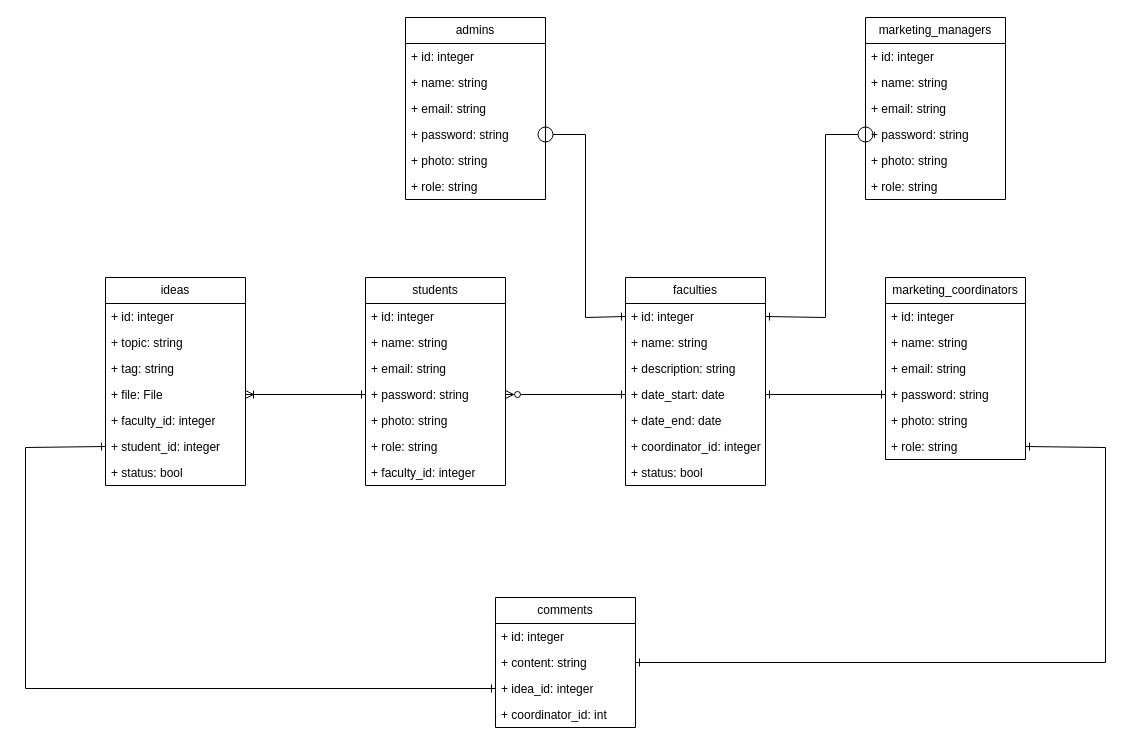
This is Database System Design diagram/Database diagram.drawio from HungBuii/creative_ideas_project_1, a draw.io file, before an edit. Source tidied: cells renumbered, new cells numbered last; positions are measured from the earlier drawing's top-left corner, leaving out a move shared by most shapes. Both pictures are drawn from the tidied source at 100%, with x=0, y=0 at pixel (25, 17).
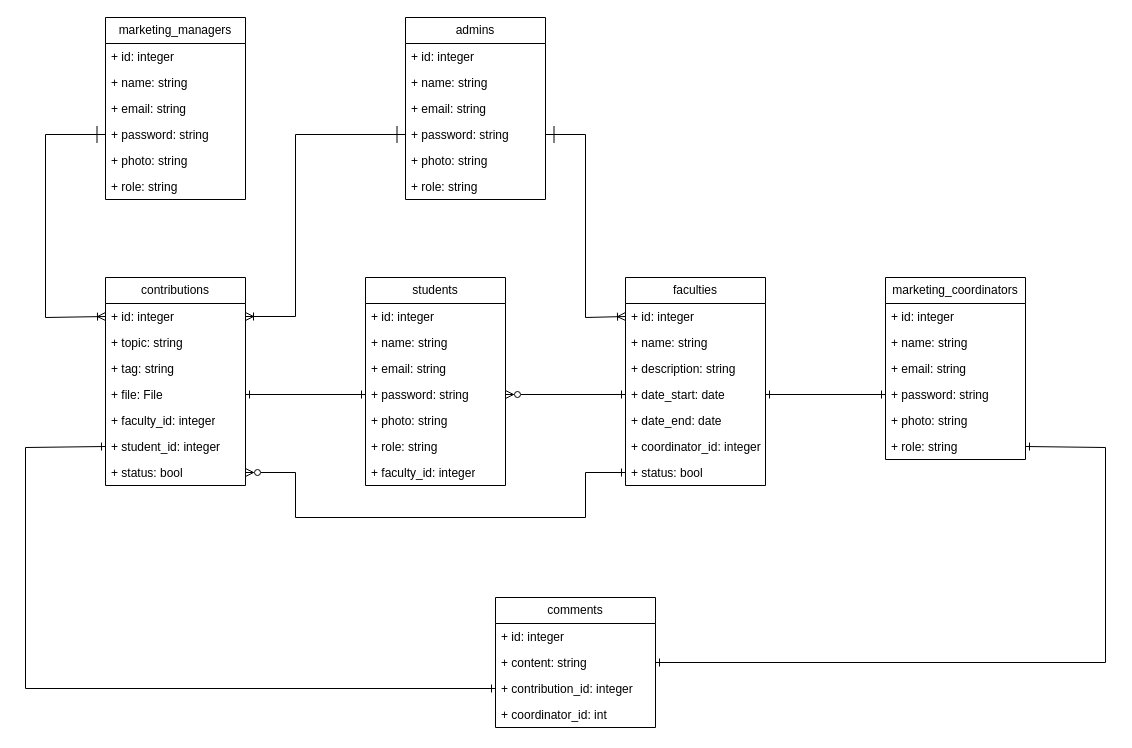
After the change.

Unchanged cells that the change refers to:
```xml
<mxCell id="6" value="+ password: string" style="text;strokeColor=none;fillColor=none;align=left;verticalAlign=top;spacingLeft=4;spacingRight=4;overflow=hidden;points=[[0,0.5],[1,0.5]];portConstraint=eastwest;whiteSpace=wrap;html=1;" parent="2" vertex="1">
  <mxGeometry y="104" width="140" height="26" as="geometry" />
</mxCell>
<mxCell id="11" value="+ id: integer" style="text;strokeColor=none;fillColor=none;align=left;verticalAlign=top;spacingLeft=4;spacingRight=4;overflow=hidden;points=[[0,0.5],[1,0.5]];portConstraint=eastwest;whiteSpace=wrap;html=1;" parent="10" vertex="1">
  <mxGeometry y="26" width="140" height="26" as="geometry" />
</mxCell>
<mxCell id="17" value="+ status: bool" style="text;strokeColor=none;fillColor=none;align=left;verticalAlign=top;spacingLeft=4;spacingRight=4;overflow=hidden;points=[[0,0.5],[1,0.5]];portConstraint=eastwest;whiteSpace=wrap;html=1;" parent="10" vertex="1">
  <mxGeometry y="182" width="140" height="26" as="geometry" />
</mxCell>
<mxCell id="24" value="+ id: integer" style="text;strokeColor=none;fillColor=none;align=left;verticalAlign=top;spacingLeft=4;spacingRight=4;overflow=hidden;points=[[0,0.5],[1,0.5]];portConstraint=eastwest;whiteSpace=wrap;html=1;" parent="23" vertex="1">
  <mxGeometry y="26" width="140" height="26" as="geometry" />
</mxCell>
<mxCell id="27" value="+ file: File" style="text;strokeColor=none;fillColor=none;align=left;verticalAlign=top;spacingLeft=4;spacingRight=4;overflow=hidden;points=[[0,0.5],[1,0.5]];portConstraint=eastwest;whiteSpace=wrap;html=1;" parent="23" vertex="1">
  <mxGeometry y="104" width="140" height="26" as="geometry" />
</mxCell>
<mxCell id="30" value="+ status: bool" style="text;strokeColor=none;fillColor=none;align=left;verticalAlign=top;spacingLeft=4;spacingRight=4;overflow=hidden;points=[[0,0.5],[1,0.5]];portConstraint=eastwest;whiteSpace=wrap;html=1;" parent="23" vertex="1">
  <mxGeometry y="182" width="140" height="26" as="geometry" />
</mxCell>
<mxCell id="35" value="+ password: string" style="text;strokeColor=none;fillColor=none;align=left;verticalAlign=top;spacingLeft=4;spacingRight=4;overflow=hidden;points=[[0,0.5],[1,0.5]];portConstraint=eastwest;whiteSpace=wrap;html=1;" parent="31" vertex="1">
  <mxGeometry y="104" width="140" height="26" as="geometry" />
</mxCell>
<mxCell id="49" value="+ password: string" style="text;strokeColor=none;fillColor=none;align=left;verticalAlign=top;spacingLeft=4;spacingRight=4;overflow=hidden;points=[[0,0.5],[1,0.5]];portConstraint=eastwest;whiteSpace=wrap;html=1;" parent="45" vertex="1">
  <mxGeometry y="104" width="140" height="26" as="geometry" />
</mxCell>
```

Change to the diagram source:
```diff
@@
     <mxCell id="18" value="comments" style="swimlane;fontStyle=0;horizontal=1;startSize=26;fillColor=none;whiteSpace=wrap;html=1;" parent="1" vertex="1">
-      <mxGeometry x="470" y="580" width="140" height="130" as="geometry" />
+      <mxGeometry x="470" y="580" width="160" height="130" as="geometry" />
     </mxCell>
     <mxCell id="19" value="+ id: integer" style="text;strokeColor=none;fillColor=none;align=left;verticalAlign=top;spacingLeft=4;spacingRight=4;overflow=hidden;whiteSpace=wrap;html=1;" parent="18" vertex="1">
-      <mxGeometry y="26" width="140" height="26" as="geometry" />
+      <mxGeometry y="26" width="160" height="26" as="geometry" />
     </mxCell>
     <mxCell id="20" value="+ content: string" style="text;strokeColor=none;fillColor=none;align=left;verticalAlign=top;spacingLeft=4;spacingRight=4;overflow=hidden;points=[[0,0.5],[1,0.5]];portConstraint=eastwest;whiteSpace=wrap;html=1;" parent="18" vertex="1">
-      <mxGeometry y="52" width="140" height="26" as="geometry" />
+      <mxGeometry y="52" width="160" height="26" as="geometry" />
     </mxCell>
-    <mxCell id="21" value="+ idea_id: integer" style="text;strokeColor=none;fillColor=none;align=left;verticalAlign=top;spacingLeft=4;spacingRight=4;overflow=hidden;points=[[0,0.5],[1,0.5]];portConstraint=eastwest;whiteSpace=wrap;html=1;" parent="18" vertex="1">
-      <mxGeometry y="78" width="140" height="26" as="geometry" />
+    <mxCell id="21" value="+ contribution_id: integer" style="text;strokeColor=none;fillColor=none;align=left;verticalAlign=top;spacingLeft=4;spacingRight=4;overflow=hidden;points=[[0,0.5],[1,0.5]];portConstraint=eastwest;whiteSpace=wrap;html=1;" parent="18" vertex="1">
+      <mxGeometry y="78" width="160" height="26" as="geometry" />
     </mxCell>
     <mxCell id="22" value="+ coordinator_id: int" style="text;strokeColor=none;fillColor=none;align=left;verticalAlign=top;spacingLeft=4;spacingRight=4;overflow=hidden;whiteSpace=wrap;html=1;" parent="18" vertex="1">
-      <mxGeometry y="104" width="140" height="26" as="geometry" />
+      <mxGeometry y="104" width="160" height="26" as="geometry" />
     </mxCell>
-    <mxCell id="23" value="ideas" style="swimlane;fontStyle=0;horizontal=1;startSize=26;fillColor=none;whiteSpace=wrap;html=1;" parent="1" vertex="1">
+    <mxCell id="23" value="contributions" style="swimlane;fontStyle=0;horizontal=1;startSize=26;fillColor=none;whiteSpace=wrap;html=1;" parent="1" vertex="1">
       <mxGeometry x="80" y="260" width="140" height="208" as="geometry" />
     </mxCell>
@@
     <mxCell id="31" value="marketing_managers" style="swimlane;fontStyle=0;horizontal=1;startSize=26;fillColor=none;whiteSpace=wrap;html=1;" parent="1" vertex="1">
-      <mxGeometry x="840" width="140" height="182" as="geometry" />
+      <mxGeometry x="80" width="140" height="182" as="geometry" />
     </mxCell>
@@
-    <mxCell id="52" style="endArrow=ERone;html=1;rounded=0;exitX=1;exitY=0.5;exitDx=0;exitDy=0;entryX=0;entryY=0.5;entryDx=0;entryDy=0;endFill=0;startArrow=ERoneToMany;startFill=0;" parent="1" edge="1" source="27" target="6">
+    <mxCell id="52" style="endArrow=ERone;html=1;rounded=0;exitX=1;exitY=0.5;exitDx=0;exitDy=0;entryX=0;entryY=0.5;entryDx=0;entryDy=0;endFill=0;startArrow=ERone;startFill=0;" parent="1" edge="1" source="27" target="6">
       <mxGeometry relative="1" as="geometry" />
     </mxCell>
@@
-    <mxCell id="57" style="endArrow=ERone;html=1;rounded=0;exitX=1;exitY=0.5;exitDx=0;exitDy=0;entryX=0;entryY=0.5;entryDx=0;entryDy=0;endFill=0;startArrow=oval;startFill=0;startSize=15;" parent="1" edge="1" source="49" target="11">
+    <mxCell id="57" style="endArrow=ERoneToMany;html=1;rounded=0;exitX=1;exitY=0.5;exitDx=0;exitDy=0;entryX=0;entryY=0.5;entryDx=0;entryDy=0;endFill=0;startArrow=ERone;startFill=0;startSize=15;" parent="1" edge="1" source="49" target="11">
       <mxGeometry relative="1" as="geometry">
         <Array as="points">
           <mxPoint x="560" y="117" />
           <mxPoint x="560" y="300" />
         </Array>
       </mxGeometry>
     </mxCell>
-    <mxCell id="58" style="endArrow=ERone;html=1;rounded=0;exitX=0;exitY=0.5;exitDx=0;exitDy=0;entryX=1;entryY=0.5;entryDx=0;entryDy=0;endFill=0;startArrow=oval;startFill=0;startSize=15;" parent="1" edge="1" source="35" target="11">
+    <mxCell id="58" style="endArrow=ERoneToMany;html=1;rounded=0;endFill=0;startArrow=ERone;startFill=0;startSize=15;entryX=0;entryY=0.5;entryDx=0;entryDy=0;exitX=0;exitY=0.5;exitDx=0;exitDy=0;" parent="1" edge="1" source="35" target="24">
       <mxGeometry relative="1" as="geometry">
         <Array as="points">
-          <mxPoint x="800" y="117" />
-          <mxPoint x="800" y="300" />
+          <mxPoint x="20" y="117" />
+          <mxPoint x="20" y="300" />
         </Array>
       </mxGeometry>
     </mxCell>
+    <mxCell id="59" style="endArrow=ERoneToMany;html=1;rounded=0;endFill=0;startArrow=ERone;startFill=0;startSize=15;entryX=1;entryY=0.5;entryDx=0;entryDy=0;exitX=0;exitY=0.5;exitDx=0;exitDy=0;" parent="1" edge="1" source="49" target="24">
+      <mxGeometry relative="1" as="geometry">
+        <Array as="points">
+          <mxPoint x="270" y="117" />
+          <mxPoint x="270" y="299" />
+        </Array>
+      </mxGeometry>
+    </mxCell>
+    <mxCell id="60" style="endArrow=ERone;html=1;rounded=0;exitX=1;exitY=0.5;exitDx=0;exitDy=0;entryX=0;entryY=0.5;entryDx=0;entryDy=0;endFill=0;startArrow=ERzeroToMany;startFill=0;" parent="1" edge="1" source="30" target="17">
+      <mxGeometry relative="1" as="geometry">
+        <Array as="points">
+          <mxPoint x="270" y="455" />
+          <mxPoint x="270" y="500" />
+          <mxPoint x="560" y="500" />
+          <mxPoint x="560" y="455" />
+        </Array>
+      </mxGeometry>
+    </mxCell>
```
